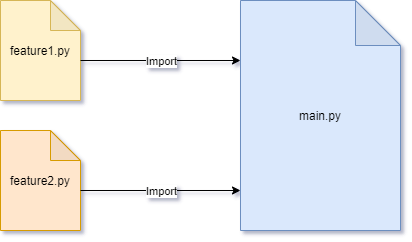
The draw.io diagram docs/pics/ModulitDev.drawio.png in Raision-seudun-koulutuskuntayhtyma/Tietokannat, before a commit. Source tidied: cells renumbered, new cells last; positions are measured from the earlier drawing's top-left corner, leaving out a move shared by most shapes. Source of this version:
```xml
<mxGraphModel>
  <root>
    <mxCell id="0" />
    <mxCell id="1" parent="0" />
    <mxCell id="2" value="feature1.py" style="shape=note;whiteSpace=wrap;html=1;backgroundOutline=1;darkOpacity=0.05;fillColor=#fff2cc;strokeColor=#d6b656;sketch=0;" parent="1" vertex="1">
      <mxGeometry width="80" height="100" as="geometry" />
    </mxCell>
    <mxCell id="3" value="feature2.py" style="shape=note;whiteSpace=wrap;html=1;backgroundOutline=1;darkOpacity=0.05;fillColor=#ffe6cc;strokeColor=#d79b00;" parent="1" vertex="1">
      <mxGeometry y="130" width="80" height="100" as="geometry" />
    </mxCell>
    <mxCell id="4" value="main.py" style="shape=note;whiteSpace=wrap;html=1;backgroundOutline=1;darkOpacity=0.05;fillColor=#dae8fc;strokeColor=#6c8ebf;size=45;" parent="1" vertex="1">
      <mxGeometry x="240" width="160" height="230" as="geometry" />
    </mxCell>
    <mxCell id="5" style="endArrow=classic;html=1;rounded=0;edgeStyle=orthogonalEdgeStyle;" parent="1" edge="1">
      <mxGeometry relative="1" as="geometry">
        <mxPoint x="80" y="60" as="sourcePoint" />
        <mxPoint x="240" y="60" as="targetPoint" />
      </mxGeometry>
    </mxCell>
    <mxCell id="6" value="Import" style="edgeLabel;html=1;align=center;verticalAlign=middle;" parent="5" vertex="1">
      <mxGeometry relative="1" as="geometry" />
    </mxCell>
    <mxCell id="7" style="endArrow=classic;html=1;rounded=0;edgeStyle=orthogonalEdgeStyle;" parent="1" edge="1">
      <mxGeometry relative="1" as="geometry">
        <mxPoint x="80" y="190" as="sourcePoint" />
        <mxPoint x="240" y="190" as="targetPoint" />
      </mxGeometry>
    </mxCell>
    <mxCell id="8" value="Import" style="edgeLabel;html=1;align=center;verticalAlign=middle;" parent="7" vertex="1">
      <mxGeometry relative="1" as="geometry" />
    </mxCell>
  </root>
</mxGraphModel>
```
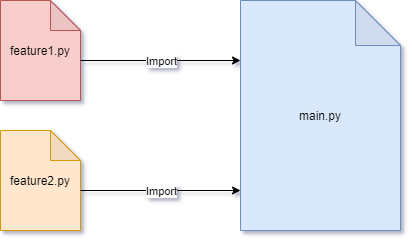
After the change.

Commit message:
Muutettu tiedostojen värit kuvista

What changed in the source:
```diff
@@ -2,23 +2,23 @@
   <root>
     <mxCell id="0" />
     <mxCell id="1" parent="0" />
-    <mxCell id="2" value="feature1.py" style="shape=note;whiteSpace=wrap;html=1;backgroundOutline=1;darkOpacity=0.05;fillColor=#fff2cc;strokeColor=#d6b656;sketch=0;" parent="1" vertex="1">
+    <mxCell id="2" value="feature1.py" style="shape=note;whiteSpace=wrap;html=1;backgroundOutline=1;darkOpacity=0.05;fillColor=#f8cecc;strokeColor=#b85450;sketch=0;" parent="1" vertex="1">
       <mxGeometry width="80" height="100" as="geometry" />
     </mxCell>
-    <mxCell id="3" value="feature2.py" style="shape=note;whiteSpace=wrap;html=1;backgroundOutline=1;darkOpacity=0.05;fillColor=#ffe6cc;strokeColor=#d79b00;" parent="1" vertex="1">
-      <mxGeometry y="130" width="80" height="100" as="geometry" />
+    <mxCell id="3" value="main.py" style="shape=note;whiteSpace=wrap;html=1;backgroundOutline=1;darkOpacity=0.05;fillColor=#dae8fc;strokeColor=#6c8ebf;size=45;" parent="1" vertex="1">
+      <mxGeometry x="240" width="160" height="230" as="geometry" />
     </mxCell>
-    <mxCell id="4" value="main.py" style="shape=note;whiteSpace=wrap;html=1;backgroundOutline=1;darkOpacity=0.05;fillColor=#dae8fc;strokeColor=#6c8ebf;size=45;" parent="1" vertex="1">
-      <mxGeometry x="240" width="160" height="230" as="geometry" />
+    <mxCell id="4" style="endArrow=classic;html=1;rounded=0;edgeStyle=orthogonalEdgeStyle;" parent="1" edge="1">
+      <mxGeometry relative="1" as="geometry">
+        <mxPoint x="80" y="60" as="sourcePoint" />
+        <mxPoint x="240" y="60" as="targetPoint" />
+      </mxGeometry>
     </mxCell>
-    <mxCell id="5" style="endArrow=classic;html=1;rounded=0;edgeStyle=orthogonalEdgeStyle;" parent="1" edge="1">
-      <mxGeometry relative="1" as="geometry">
-        <mxPoint x="80" y="60" as="sourcePoint" />
-        <mxPoint x="240" y="60" as="targetPoint" />
-      </mxGeometry>
+    <mxCell id="5" value="Import" style="edgeLabel;html=1;align=center;verticalAlign=middle;" parent="4" vertex="1">
+      <mxGeometry relative="1" as="geometry" />
     </mxCell>
-    <mxCell id="6" value="Import" style="edgeLabel;html=1;align=center;verticalAlign=middle;" parent="5" vertex="1">
-      <mxGeometry relative="1" as="geometry" />
+    <mxCell id="6" value="feature2.py" style="shape=note;whiteSpace=wrap;html=1;backgroundOutline=1;darkOpacity=0.05;fillColor=#ffe6cc;strokeColor=#d79b00;" parent="1" vertex="1">
+      <mxGeometry y="130" width="80" height="100" as="geometry" />
     </mxCell>
     <mxCell id="7" style="endArrow=classic;html=1;rounded=0;edgeStyle=orthogonalEdgeStyle;" parent="1" edge="1">
       <mxGeometry relative="1" as="geometry">
```
